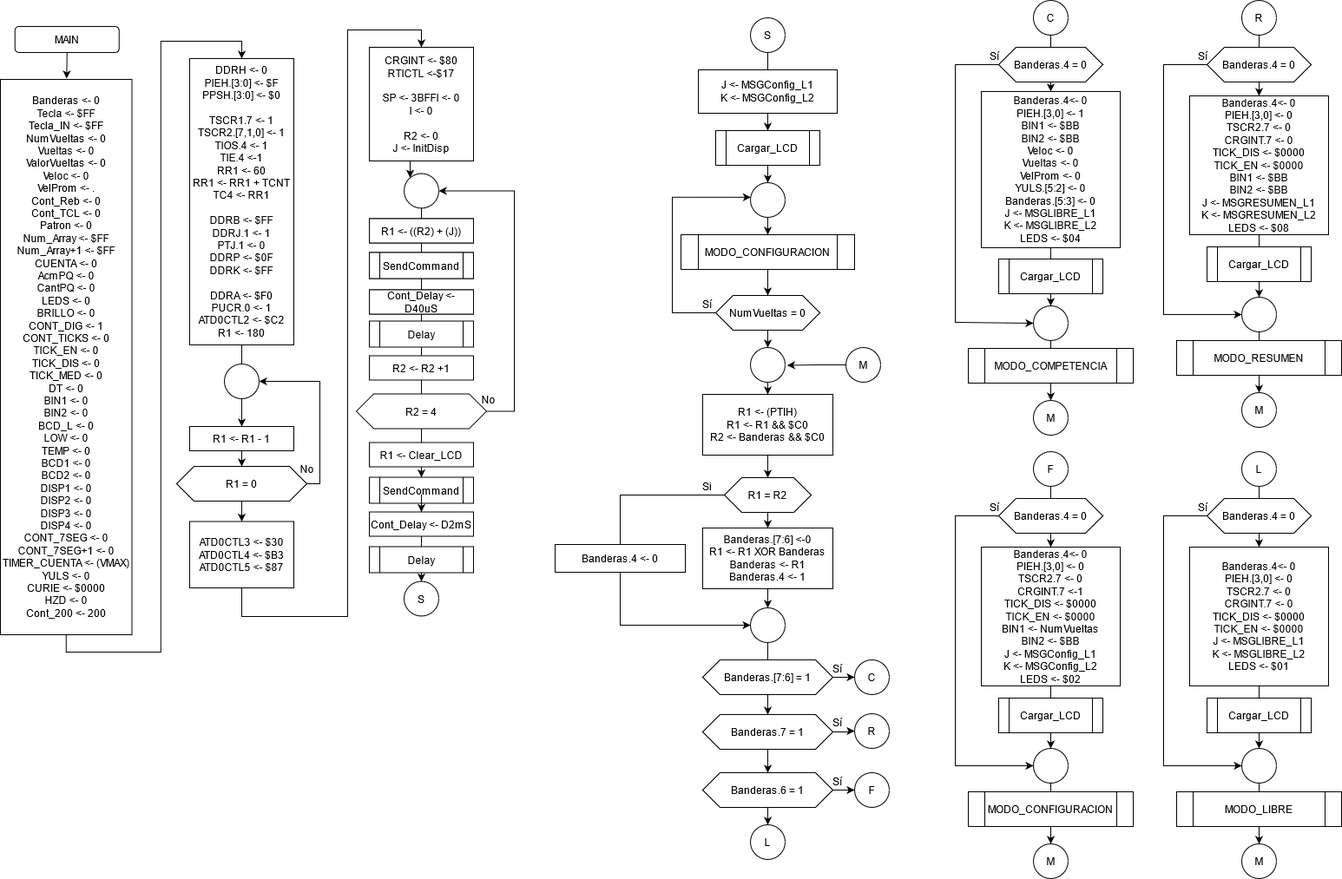
This is PF/img/MAIN.png from robz25/Microprocesadores, a draw.io export, as it was before one commit. Source tidied: cells renumbered, new cells last; positions are measured from the earlier drawing's top-left corner, leaving out a move shared by most shapes.
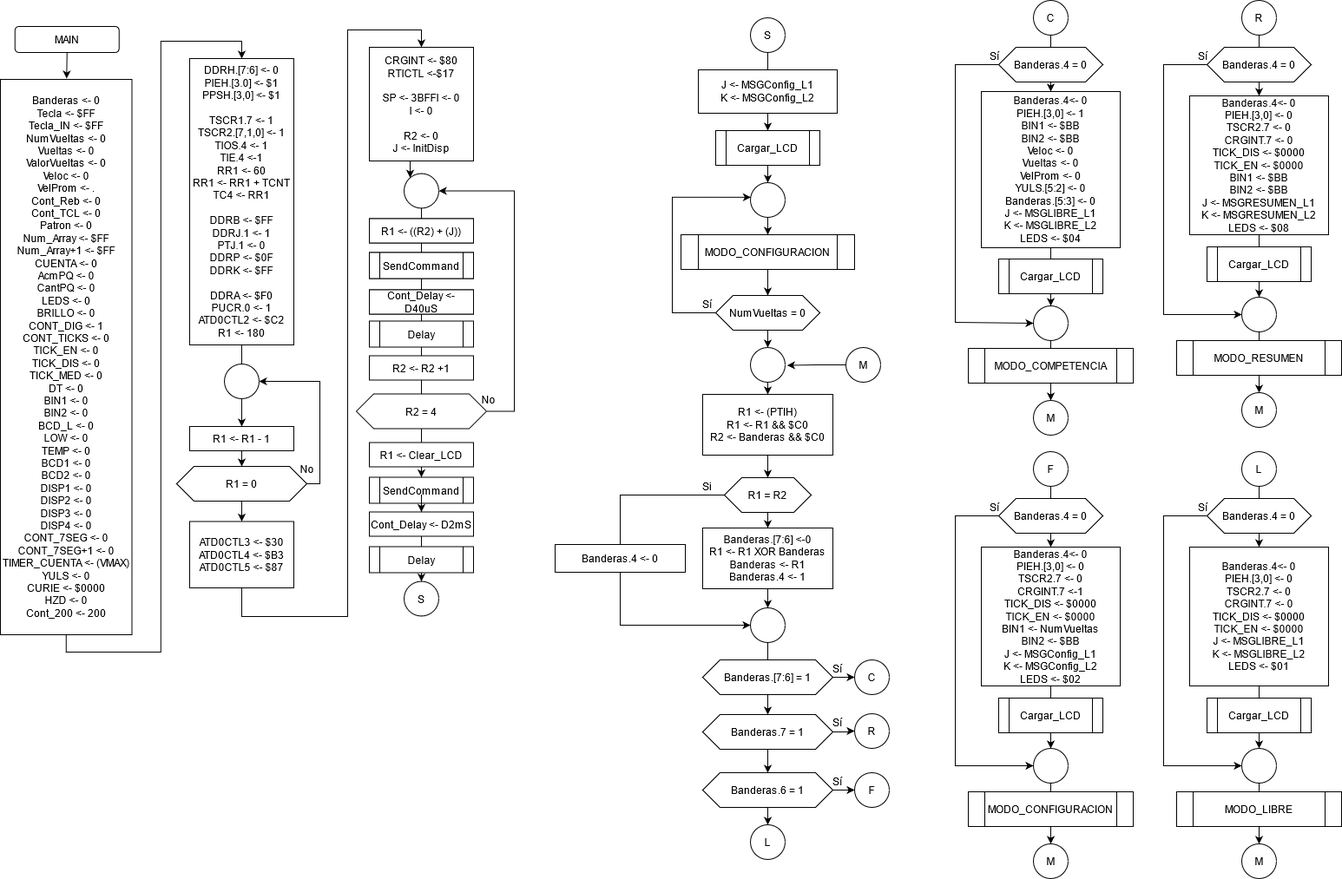
After the commit.

Commit message:
modificacion a diagrama

Change to the diagram source:
```diff
@@ -326,7 +326,7 @@
     <mxCell id="97" style="edgeStyle=orthogonalEdgeStyle;rounded=0;jettySize=auto;html=1;" parent="1" edge="1" source="98" target="126">
       <mxGeometry relative="1" as="geometry" />
     </mxCell>
-    <mxCell id="98" value="&lt;div&gt;&lt;div&gt;DDRH &amp;lt;- 0&lt;/div&gt;&lt;div&gt;PIEH.[3:0] &amp;lt;- $F&lt;/div&gt;&lt;div&gt;PPSH.[3:0] &amp;lt;- $0&lt;/div&gt;&lt;div&gt;&lt;br&gt;&lt;/div&gt;&lt;div&gt;TSCR1.7 &amp;lt;- 1&lt;div&gt;TSCR2.[7,1,0] &amp;lt;- 1&lt;/div&gt;&lt;div&gt;TIOS.4 &amp;lt;- 1&lt;/div&gt;&lt;div&gt;TIE.4 &amp;lt;-1&lt;/div&gt;&lt;div&gt;RR1 &amp;lt;- 60&lt;/div&gt;&lt;div&gt;RR1 &amp;lt;- RR1 + TCNT&lt;/div&gt;&lt;div&gt;TC4 &amp;lt;- RR1&lt;/div&gt;&lt;div&gt;&lt;br&gt;&lt;/div&gt;&lt;/div&gt;&lt;/div&gt;&lt;div&gt;&lt;div&gt;DDRB &amp;lt;- $FF&lt;/div&gt;&lt;div&gt;DDRJ.1 &amp;lt;- 1&lt;/div&gt;&lt;div&gt;PTJ.1 &amp;lt;- 0&lt;/div&gt;&lt;div&gt;DDRP &amp;lt;- $0F&lt;/div&gt;&lt;/div&gt;&lt;div&gt;DDRK &amp;lt;- $FF&lt;/div&gt;&lt;br&gt;&lt;div&gt;DDRA &amp;lt;- $F0&lt;/div&gt;&lt;div&gt;PUCR.0 &amp;lt;- 1&lt;/div&gt;&lt;div&gt;ATD0CTL2 &amp;lt;- $C2&lt;/div&gt;&lt;div&gt;R1 &amp;lt;- 180&lt;br&gt;&lt;/div&gt;" style="rounded=0;whiteSpace=wrap;html=1;" parent="1" vertex="1">
+    <mxCell id="98" value="&lt;div&gt;&lt;div&gt;DDRH.[7:6] &amp;lt;- 0&lt;/div&gt;&lt;div&gt;PIEH.[3.0] &amp;lt;- $1&lt;/div&gt;&lt;div&gt;PPSH.[3,0] &amp;lt;- $1&lt;/div&gt;&lt;div&gt;&lt;br&gt;&lt;/div&gt;&lt;div&gt;TSCR1.7 &amp;lt;- 1&lt;div&gt;TSCR2.[7,1,0] &amp;lt;- 1&lt;/div&gt;&lt;div&gt;TIOS.4 &amp;lt;- 1&lt;/div&gt;&lt;div&gt;TIE.4 &amp;lt;-1&lt;/div&gt;&lt;div&gt;RR1 &amp;lt;- 60&lt;/div&gt;&lt;div&gt;RR1 &amp;lt;- RR1 + TCNT&lt;/div&gt;&lt;div&gt;TC4 &amp;lt;- RR1&lt;/div&gt;&lt;div&gt;&lt;br&gt;&lt;/div&gt;&lt;/div&gt;&lt;/div&gt;&lt;div&gt;&lt;div&gt;DDRB &amp;lt;- $FF&lt;/div&gt;&lt;div&gt;DDRJ.1 &amp;lt;- 1&lt;/div&gt;&lt;div&gt;PTJ.1 &amp;lt;- 0&lt;/div&gt;&lt;div&gt;DDRP &amp;lt;- $0F&lt;/div&gt;&lt;/div&gt;&lt;div&gt;DDRK &amp;lt;- $FF&lt;/div&gt;&lt;br&gt;&lt;div&gt;DDRA &amp;lt;- $F0&lt;/div&gt;&lt;div&gt;PUCR.0 &amp;lt;- 1&lt;/div&gt;&lt;div&gt;ATD0CTL2 &amp;lt;- $C2&lt;/div&gt;&lt;div&gt;R1 &amp;lt;- 180&lt;br&gt;&lt;/div&gt;" style="rounded=0;whiteSpace=wrap;html=1;" parent="1" vertex="1">
       <mxGeometry x="218" y="67" width="120" height="330" as="geometry" />
     </mxCell>
     <mxCell id="99" style="edgeStyle=orthogonalEdgeStyle;rounded=0;jettySize=auto;html=1;exitX=0.5;exitY=1;exitDx=0;exitDy=0;entryX=0.5;entryY=0;entryDx=0;entryDy=0;" parent="1" edge="1" source="100" target="98">
```
